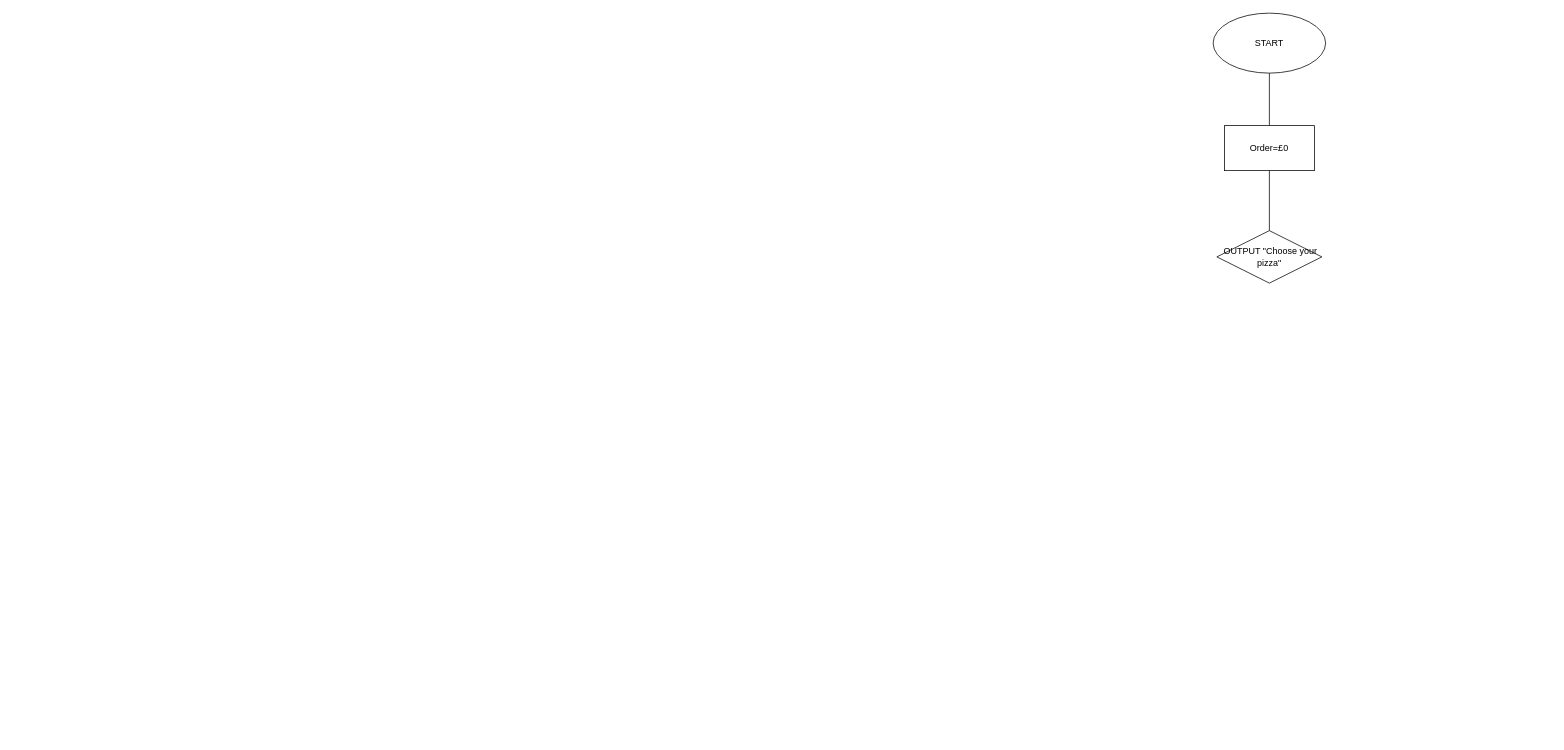
Above: Untitled Diagram.drawio in maryam-byte/C- (draw.io), before the change. Source tidied: cells renumbered, new cells numbered last; positions are measured from the earlier drawing's top-left corner, leaving out a move shared by most shapes. Both pictures are drawn from the tidied source at 75%, with x=0, y=0 at pixel (1213, 13).
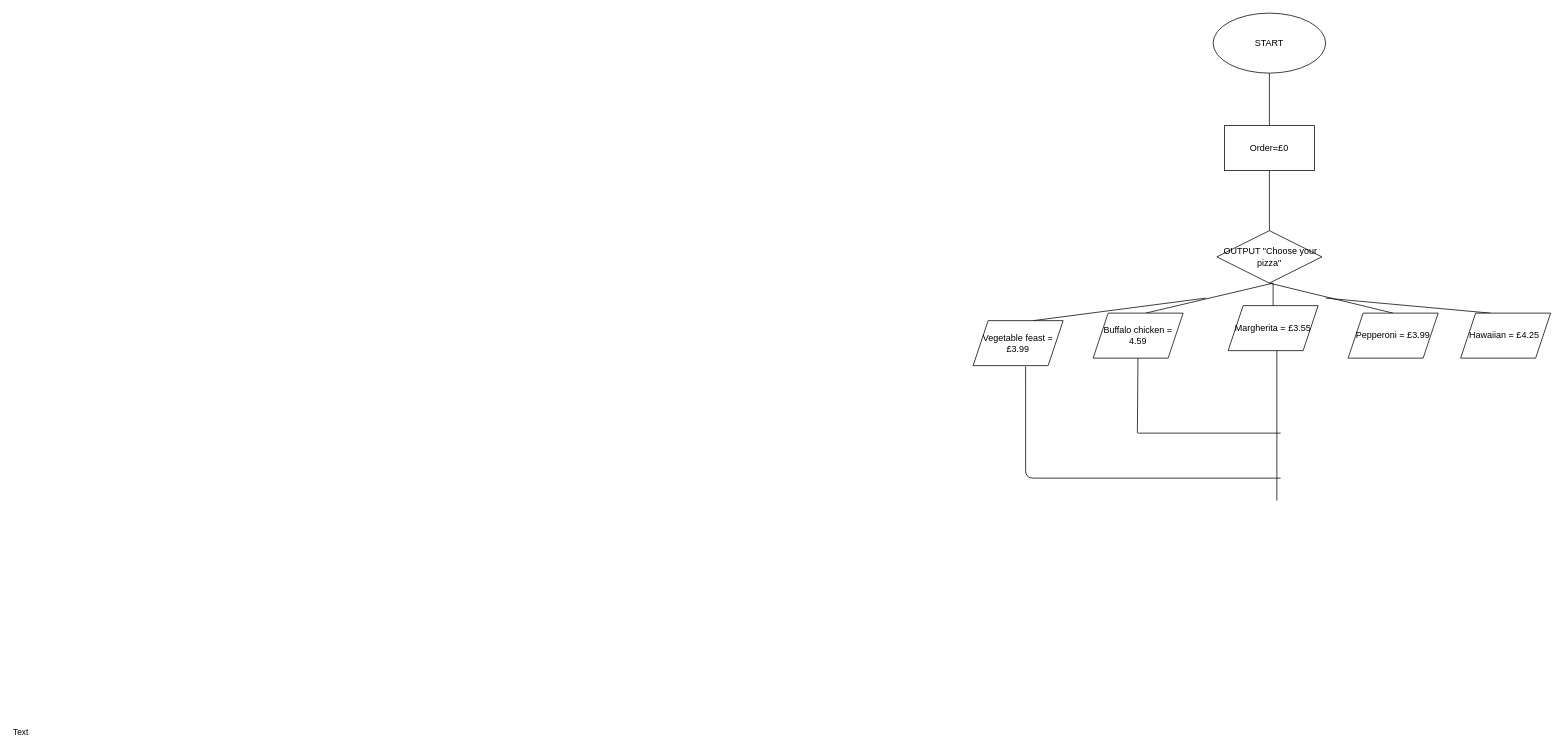
The same page after the edit.

Unchanged cells that the change refers to:
```xml
<mxCell id="6" value="&amp;nbsp;OUTPUT &quot;Choose your pizza&quot;" style="rhombus;whiteSpace=wrap;html=1;" parent="1" vertex="1">
  <mxGeometry x="5" y="290" width="140" height="70" as="geometry" />
</mxCell>
```

What changed in the source:
```diff
@@
+    <mxCell id="8" value="Margherita = £3.55" style="shape=parallelogram;perimeter=parallelogramPerimeter;whiteSpace=wrap;html=1;fixedSize=1;" parent="1" vertex="1">
+      <mxGeometry x="20" y="390" width="120" height="60" as="geometry" />
+    </mxCell>
+    <mxCell id="9" style="endArrow=none;html=1;exitX=0.5;exitY=0;exitDx=0;exitDy=0;" parent="1" edge="1" source="8">
+      <mxGeometry relative="1" as="geometry">
+        <mxPoint x="80" y="360" as="targetPoint" />
+      </mxGeometry>
+    </mxCell>
+    <mxCell id="10" style="endArrow=none;html=1;" parent="1" edge="1">
+      <mxGeometry relative="1" as="geometry">
+        <mxPoint x="-90" y="400" as="sourcePoint" />
+        <mxPoint x="80" y="360" as="targetPoint" />
+        <Array as="points">
+          <mxPoint x="80" y="360" />
+        </Array>
+      </mxGeometry>
+    </mxCell>
+    <mxCell id="11" style="endArrow=none;html=1;exitX=0.5;exitY=1;exitDx=0;exitDy=0;" parent="1" edge="1" source="6">
+      <mxGeometry relative="1" as="geometry">
+        <mxPoint x="240" y="400" as="targetPoint" />
+      </mxGeometry>
+    </mxCell>
+    <mxCell id="12" value="Text" style="edgeLabel;html=1;align=center;verticalAlign=middle;" parent="11" vertex="1">
+      <mxGeometry x="0.72" y="-3" relative="1" as="geometry">
+        <mxPoint x="-1807" y="561" as="offset" />
+      </mxGeometry>
+    </mxCell>
+    <mxCell id="13" value="Pepperoni = £3.99" style="shape=parallelogram;perimeter=parallelogramPerimeter;whiteSpace=wrap;html=1;fixedSize=1;" parent="1" vertex="1">
+      <mxGeometry x="180" y="400" width="120" height="60" as="geometry" />
+    </mxCell>
+    <mxCell id="14" style="endArrow=none;html=1;" parent="1" edge="1">
+      <mxGeometry relative="1" as="geometry">
+        <mxPoint x="370" y="400" as="sourcePoint" />
+        <mxPoint x="150" y="380" as="targetPoint" />
+      </mxGeometry>
+    </mxCell>
+    <mxCell id="15" value="Hawaiian = £4.25&amp;nbsp;" style="shape=parallelogram;perimeter=parallelogramPerimeter;whiteSpace=wrap;html=1;fixedSize=1;" parent="1" vertex="1">
+      <mxGeometry x="330" y="400" width="120" height="60" as="geometry" />
+    </mxCell>
+    <mxCell id="16" value="Buffalo chicken = 4.59" style="shape=parallelogram;perimeter=parallelogramPerimeter;whiteSpace=wrap;html=1;fixedSize=1;" parent="1" vertex="1">
+      <mxGeometry x="-160" y="400" width="120" height="60" as="geometry" />
+    </mxCell>
+    <mxCell id="17" style="endArrow=none;html=1;" parent="1" edge="1">
+      <mxGeometry relative="1" as="geometry">
+        <mxPoint x="-240" y="410" as="sourcePoint" />
+        <mxPoint x="-10" y="380" as="targetPoint" />
+      </mxGeometry>
+    </mxCell>
+    <mxCell id="18" value="Vegetable feast = £3.99" style="shape=parallelogram;perimeter=parallelogramPerimeter;whiteSpace=wrap;html=1;fixedSize=1;" parent="1" vertex="1">
+      <mxGeometry x="-320" y="410" width="120" height="60" as="geometry" />
+    </mxCell>
+    <mxCell id="19" style="endArrow=none;html=1;" parent="1" edge="1">
+      <mxGeometry relative="1" as="geometry">
+        <mxPoint x="85" y="650" as="sourcePoint" />
+        <mxPoint x="85" y="450" as="targetPoint" />
+      </mxGeometry>
+    </mxCell>
+    <mxCell id="20" style="endArrow=none;html=1;" parent="1" edge="1" target="16">
+      <mxGeometry relative="1" as="geometry">
+        <mxPoint x="-101" y="560" as="sourcePoint" />
+      </mxGeometry>
+    </mxCell>
+    <mxCell id="21" style="endArrow=none;html=1;" parent="1" edge="1">
+      <mxGeometry relative="1" as="geometry">
+        <mxPoint x="-100" y="560" as="sourcePoint" />
+        <mxPoint x="90" y="560" as="targetPoint" />
+      </mxGeometry>
+    </mxCell>
+    <mxCell id="22" style="endArrow=none;html=1;entryX=0.583;entryY=1.017;entryDx=0;entryDy=0;entryPerimeter=0;" parent="1" edge="1" target="18">
+      <mxGeometry relative="1" as="geometry">
+        <mxPoint x="90" y="620" as="sourcePoint" />
+        <Array as="points">
+          <mxPoint x="-250" y="620" />
+        </Array>
+      </mxGeometry>
+    </mxCell>
```
